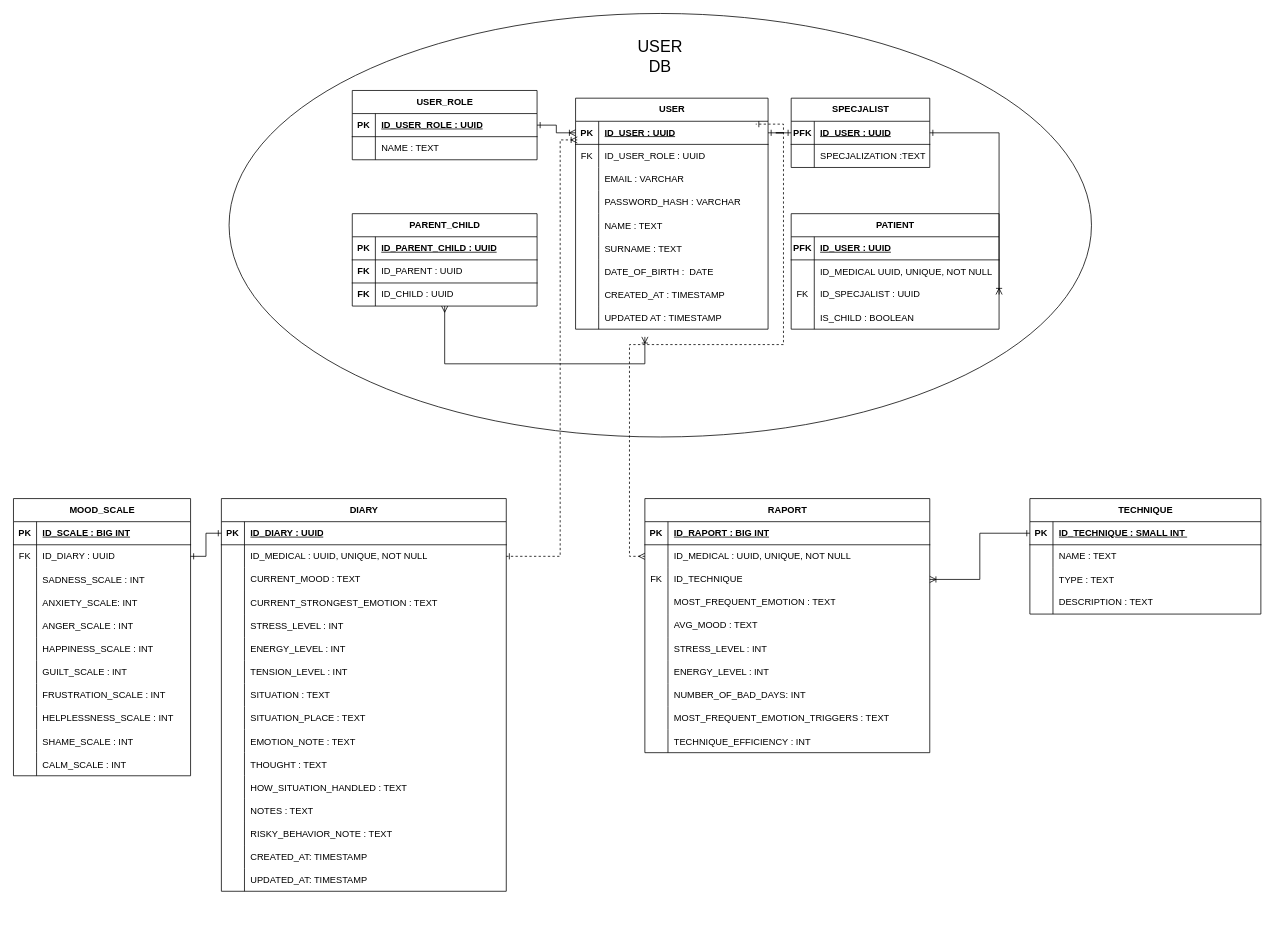
Before: ERD/DIAGRAM.drawio in Coderino-Compadres/Mediculus_App, a draw.io diagram. Source tidied: cells renumbered, new cells numbered last; positions are measured from the earlier drawing's top-left corner, leaving out a move shared by most shapes. Both pictures are drawn from the tidied source at 77%, with x=0, y=0 at pixel (13, 13).
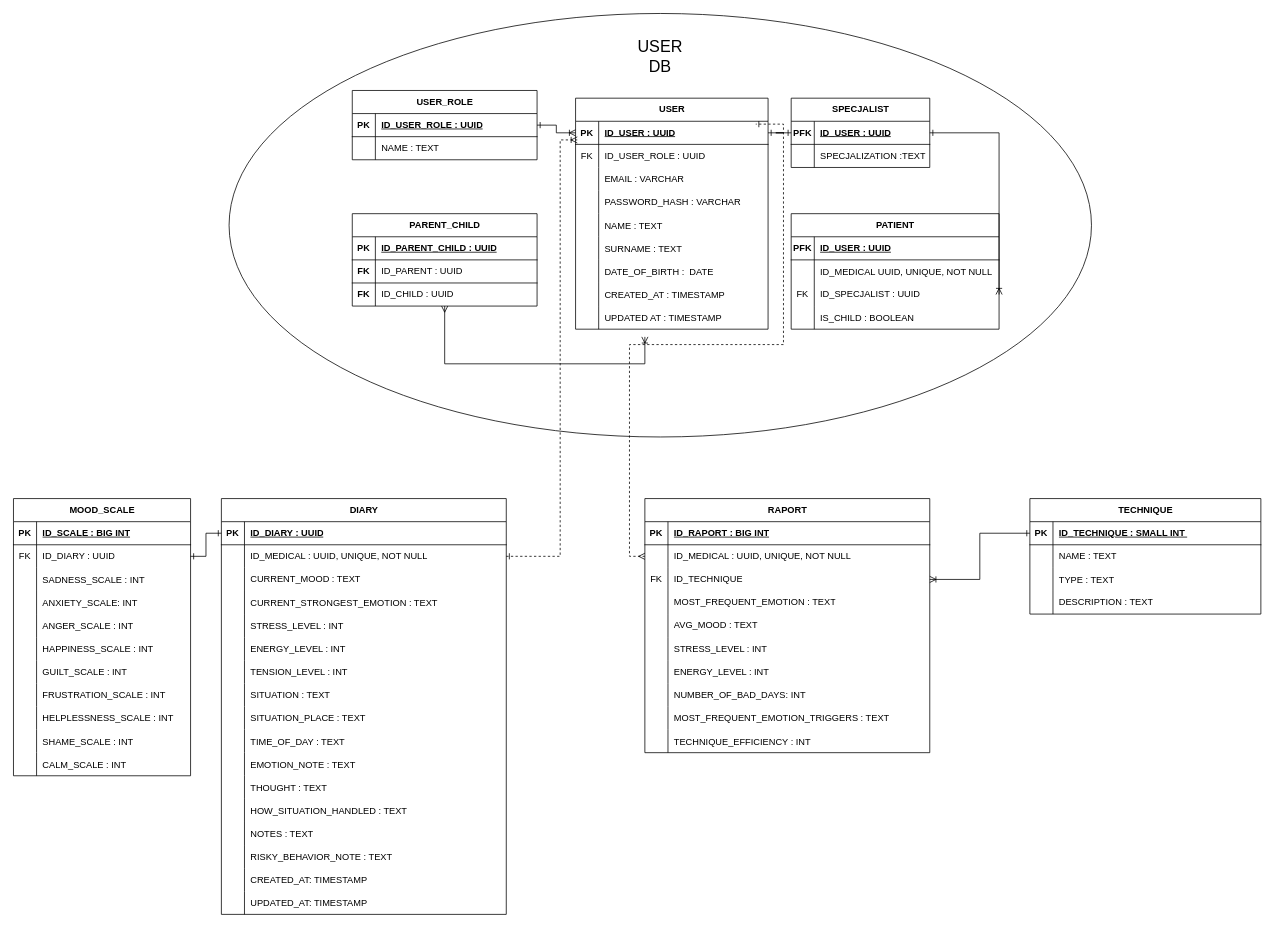
After the change.

Change to the diagram source:
```diff
@@
     <mxCell id="71" value="DIARY" style="shape=table;startSize=30;childLayout=tableLayout;rowLines=0;fontStyle=1;align=center;html=1;" parent="1" vertex="1">
-      <mxGeometry x="270" y="630" width="370" height="510" as="geometry" />
+      <mxGeometry x="270" y="630" width="370" height="540" as="geometry" />
     </mxCell>
@@
+    <mxCell id="204" style="shape=tableRow;horizontal=0;startSize=0;swimlaneHead=0;swimlaneBody=0;fillColor=none;top=0;left=0;right=0;bottom=0;" parent="71" vertex="1">
+      <mxGeometry y="300" width="370" height="30" as="geometry" />
+    </mxCell>
+    <mxCell id="205" style="shape=partialRectangle;fillColor=none;top=0;left=0;bottom=0;right=0;overflow=hidden;" parent="204" vertex="1">
+      <mxGeometry width="30" height="30" as="geometry" />
+    </mxCell>
+    <mxCell id="206" value="TIME_OF_DAY : TEXT" style="shape=partialRectangle;fillColor=none;top=0;left=0;bottom=0;right=0;align=left;spacingLeft=6;overflow=hidden;" parent="204" vertex="1">
+      <mxGeometry x="30" width="340" height="30" as="geometry" />
+    </mxCell>
     <mxCell id="99" style="shape=tableRow;horizontal=0;startSize=0;swimlaneHead=0;swimlaneBody=0;fillColor=none;top=0;left=0;right=0;bottom=0;" parent="71" vertex="1">
-      <mxGeometry y="300" width="370" height="30" as="geometry" />
+      <mxGeometry y="330" width="370" height="30" as="geometry" />
     </mxCell>
@@
     <mxCell id="102" style="shape=tableRow;horizontal=0;startSize=0;swimlaneHead=0;swimlaneBody=0;fillColor=none;top=0;left=0;right=0;bottom=0;" parent="71" vertex="1">
-      <mxGeometry y="330" width="370" height="30" as="geometry" />
+      <mxGeometry y="360" width="370" height="30" as="geometry" />
     </mxCell>
@@
     <mxCell id="105" style="shape=tableRow;horizontal=0;startSize=0;swimlaneHead=0;swimlaneBody=0;fillColor=none;top=0;left=0;right=0;bottom=0;" parent="71" vertex="1">
-      <mxGeometry y="360" width="370" height="30" as="geometry" />
+      <mxGeometry y="390" width="370" height="30" as="geometry" />
     </mxCell>
@@
     <mxCell id="108" style="shape=tableRow;horizontal=0;startSize=0;swimlaneHead=0;swimlaneBody=0;fillColor=none;top=0;left=0;right=0;bottom=0;" parent="71" vertex="1">
-      <mxGeometry y="390" width="370" height="30" as="geometry" />
+      <mxGeometry y="420" width="370" height="30" as="geometry" />
     </mxCell>
@@
     <mxCell id="111" style="shape=tableRow;horizontal=0;startSize=0;swimlaneHead=0;swimlaneBody=0;fillColor=none;top=0;left=0;right=0;bottom=0;" parent="71" vertex="1">
-      <mxGeometry y="420" width="370" height="30" as="geometry" />
+      <mxGeometry y="450" width="370" height="30" as="geometry" />
     </mxCell>
@@
     <mxCell id="114" style="shape=tableRow;horizontal=0;startSize=0;swimlaneHead=0;swimlaneBody=0;fillColor=none;top=0;left=0;right=0;bottom=0;" parent="71" vertex="1">
-      <mxGeometry y="450" width="370" height="30" as="geometry" />
+      <mxGeometry y="480" width="370" height="30" as="geometry" />
     </mxCell>
@@
     <mxCell id="117" style="shape=tableRow;horizontal=0;startSize=0;swimlaneHead=0;swimlaneBody=0;fillColor=none;top=0;left=0;right=0;bottom=0;" parent="71" vertex="1">
-      <mxGeometry y="480" width="370" height="30" as="geometry" />
+      <mxGeometry y="510" width="370" height="30" as="geometry" />
     </mxCell>
```
